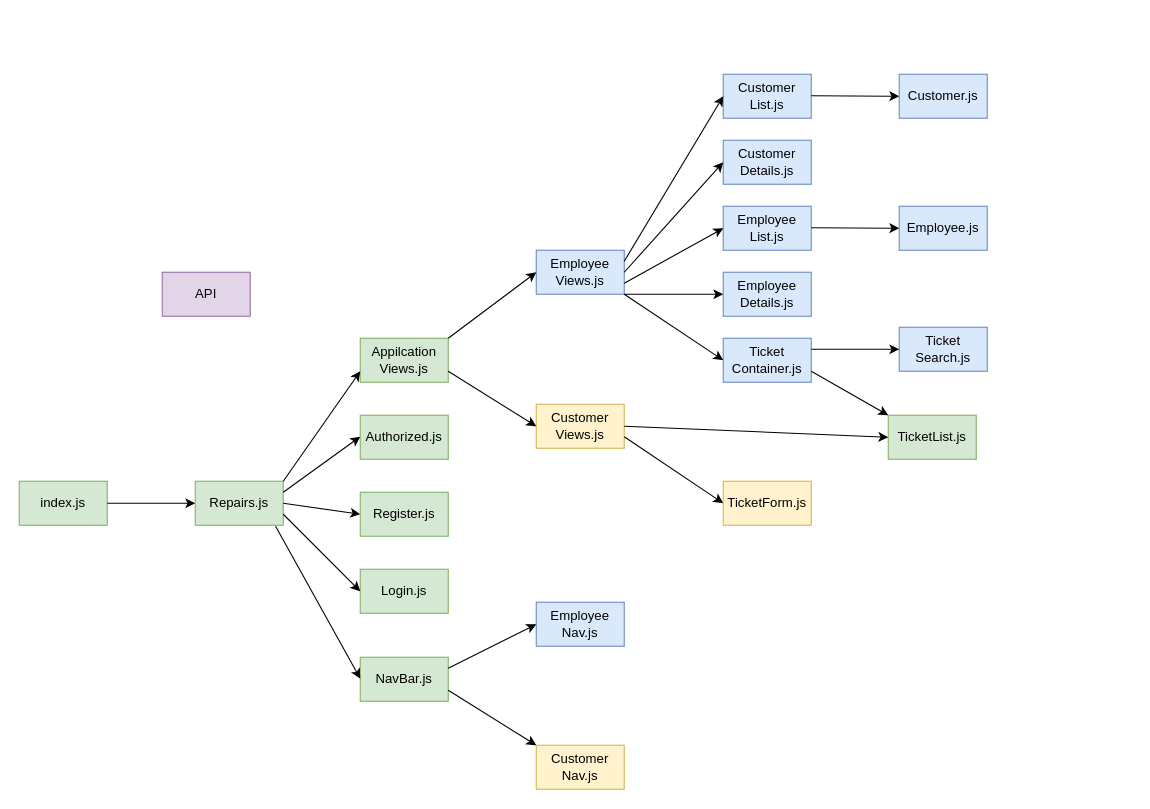
The draw.io diagram src/dependencyGraph.drawio in chesney-hardin/honey-rae-repairs, before the edit. Source tidied: cells renumbered, new cells numbered last; positions are measured from the earlier drawing's top-left corner, leaving out a move shared by most shapes. Both pictures are drawn from the tidied source at 110%, with x=0, y=0 at pixel (19, 74).
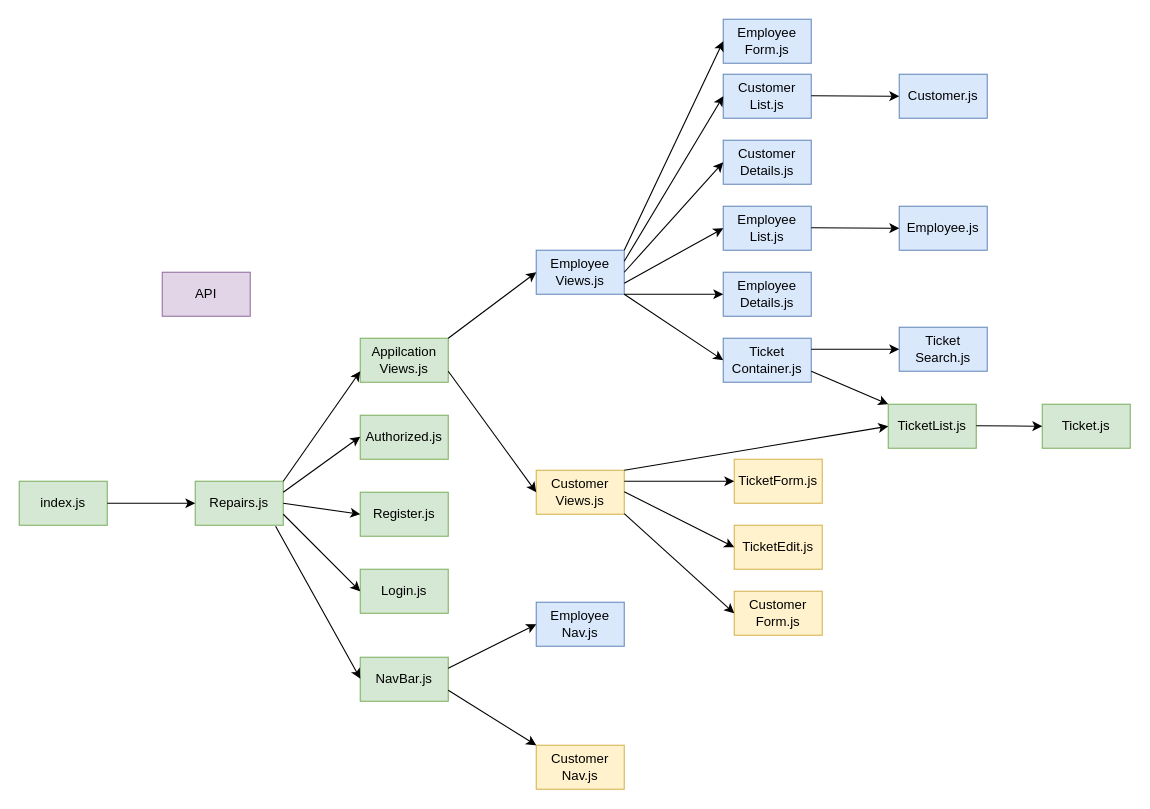
The same page after the edit.

Commit message:
finished up dependency graph

The edit, as a diff of the source:
```diff
@@
     <mxCell id="15" value="&lt;font style=&quot;font-size: 12px;&quot;&gt;&lt;font style=&quot;font-size: 12px;&quot;&gt;Customer&lt;br&gt;Views&lt;/font&gt;.js&lt;/font&gt;" style="rounded=0;whiteSpace=wrap;html=1;fillColor=#fff2cc;strokeColor=#d6b656;" parent="1" vertex="1">
-      <mxGeometry x="470" y="300" width="80" height="40" as="geometry" />
+      <mxGeometry x="470" y="360" width="80" height="40" as="geometry" />
     </mxCell>
@@
     <mxCell id="33" value="TicketForm.js" style="rounded=0;whiteSpace=wrap;html=1;fillColor=#fff2cc;strokeColor=#d6b656;" parent="1" vertex="1">
-      <mxGeometry x="640" y="370" width="80" height="40" as="geometry" />
+      <mxGeometry x="650" y="350" width="80" height="40" as="geometry" />
     </mxCell>
     <mxCell id="34" value="TicketList.js" style="rounded=0;whiteSpace=wrap;html=1;fillColor=#d5e8d4;strokeColor=#82b366;" parent="1" vertex="1">
-      <mxGeometry x="790" y="310" width="80" height="40" as="geometry" />
+      <mxGeometry x="790" y="300" width="80" height="40" as="geometry" />
     </mxCell>
-    <mxCell id="35" style="endArrow=classic;html=1;fontSize=13;entryX=0;entryY=0.5;entryDx=0;entryDy=0;exitX=1;exitY=0.5;exitDx=0;exitDy=0;" parent="1" edge="1" source="15" target="34">
+    <mxCell id="35" style="endArrow=classic;html=1;fontSize=13;entryX=0;entryY=0.5;entryDx=0;entryDy=0;exitX=1;exitY=0;exitDx=0;exitDy=0;" parent="1" edge="1" source="15" target="34">
       <mxGeometry relative="1" as="geometry" />
     </mxCell>
-    <mxCell id="36" style="endArrow=classic;html=1;fontSize=13;entryX=0;entryY=0.5;entryDx=0;entryDy=0;exitX=1;exitY=0;exitDx=0;exitDy=0;" parent="1" edge="1" target="33">
-      <mxGeometry relative="1" as="geometry">
-        <mxPoint x="550" y="329.5" as="sourcePoint" />
-      </mxGeometry>
+    <mxCell id="36" style="endArrow=classic;html=1;fontSize=13;entryX=0;entryY=0.5;entryDx=0;entryDy=0;exitX=1;exitY=0.25;exitDx=0;exitDy=0;" parent="1" edge="1" source="15" target="33">
+      <mxGeometry relative="1" as="geometry" />
     </mxCell>
@@
+    <mxCell id="45" value="Employee&lt;br&gt;Form.js" style="rounded=0;whiteSpace=wrap;html=1;fillColor=#dae8fc;strokeColor=#6c8ebf;" parent="1" vertex="1">
+      <mxGeometry x="640" y="-50" width="80" height="40" as="geometry" />
+    </mxCell>
+    <mxCell id="46" style="endArrow=classic;html=1;fontSize=13;entryX=0;entryY=0.5;entryDx=0;entryDy=0;exitX=1;exitY=0;exitDx=0;exitDy=0;" parent="1" edge="1" target="45">
+      <mxGeometry relative="1" as="geometry">
+        <mxPoint x="550" y="160" as="sourcePoint" />
+      </mxGeometry>
+    </mxCell>
+    <mxCell id="47" value="TicketEdit.js" style="rounded=0;whiteSpace=wrap;html=1;fillColor=#fff2cc;strokeColor=#d6b656;" parent="1" vertex="1">
+      <mxGeometry x="650" y="410" width="80" height="40" as="geometry" />
+    </mxCell>
+    <mxCell id="48" value="Customer&lt;br&gt;Form.js" style="rounded=0;whiteSpace=wrap;html=1;fillColor=#fff2cc;strokeColor=#d6b656;" parent="1" vertex="1">
+      <mxGeometry x="650" y="470" width="80" height="40" as="geometry" />
+    </mxCell>
+    <mxCell id="49" style="endArrow=classic;html=1;fontSize=13;entryX=0;entryY=0.5;entryDx=0;entryDy=0;exitX=1;exitY=0.25;exitDx=0;exitDy=0;" parent="1" edge="1" target="47">
+      <mxGeometry relative="1" as="geometry">
+        <mxPoint x="550" y="379.5" as="sourcePoint" />
+      </mxGeometry>
+    </mxCell>
+    <mxCell id="50" style="endArrow=classic;html=1;fontSize=13;entryX=0;entryY=0.5;entryDx=0;entryDy=0;exitX=1;exitY=0.25;exitDx=0;exitDy=0;" parent="1" edge="1" target="48">
+      <mxGeometry relative="1" as="geometry">
+        <mxPoint x="550" y="399.5" as="sourcePoint" />
+      </mxGeometry>
+    </mxCell>
+    <mxCell id="51" value="Ticket.js" style="rounded=0;whiteSpace=wrap;html=1;fillColor=#d5e8d4;strokeColor=#82b366;" parent="1" vertex="1">
+      <mxGeometry x="930" y="300" width="80" height="40" as="geometry" />
+    </mxCell>
+    <mxCell id="52" style="endArrow=classic;html=1;fontSize=13;exitX=1;exitY=0.75;exitDx=0;exitDy=0;" parent="1" edge="1">
+      <mxGeometry relative="1" as="geometry">
+        <mxPoint x="870" y="319.5" as="sourcePoint" />
+        <mxPoint x="930" y="320" as="targetPoint" />
+      </mxGeometry>
+    </mxCell>
```
